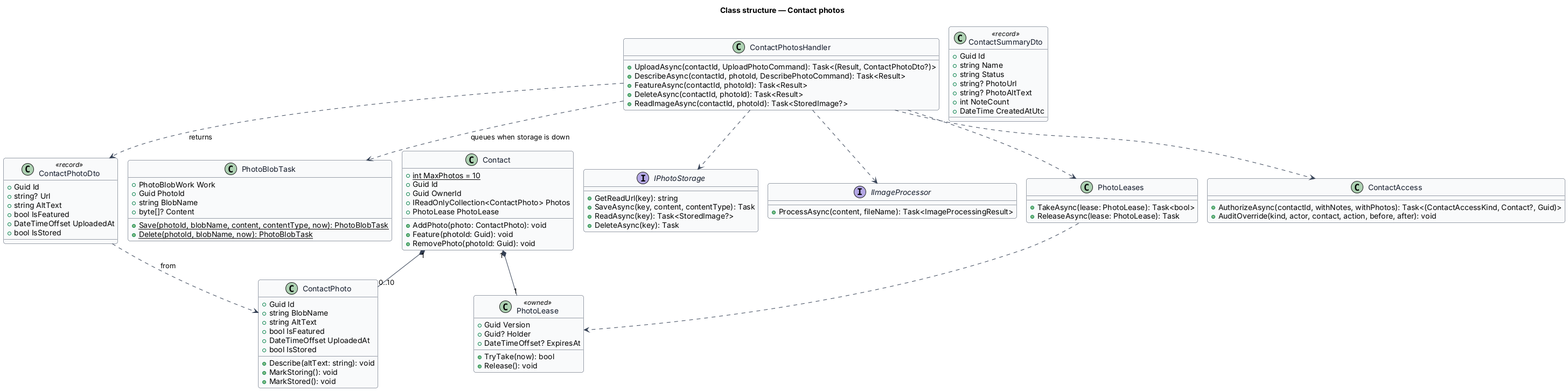
This is docs/detailed-designs/contacts/contact-photos/diagrams/class-structure.png from QuinntyneBrown/faithtech-community, a PlantUML export, as it was before one commit.
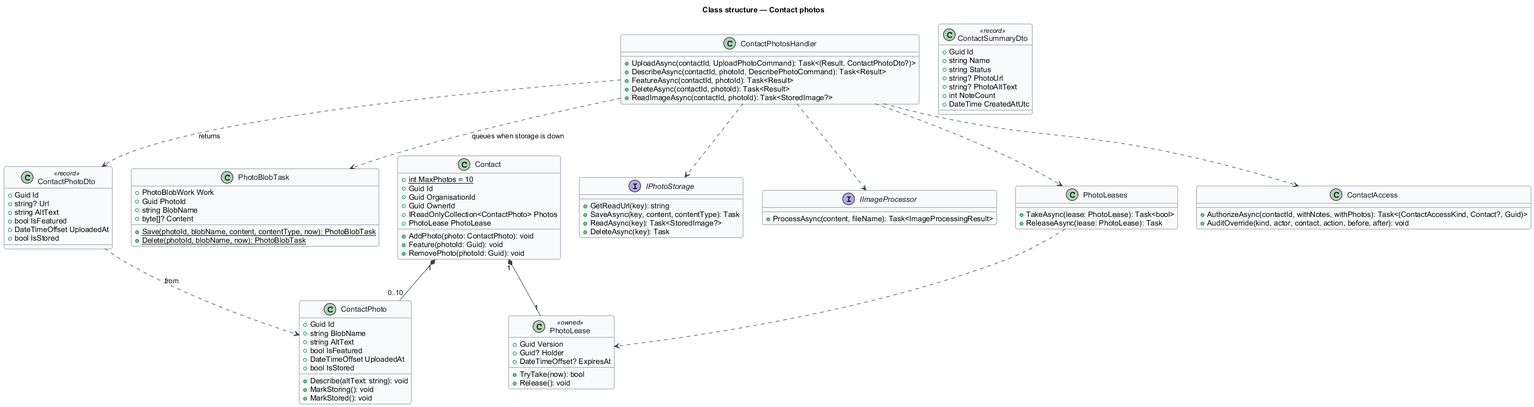
After the change.

The edit, as a diff of the source:
```diff
@@ -1,5 +1,4 @@
 @startuml
-!pragma layout smetana
 skinparam backgroundColor #FFFFFF
 skinparam shadowing false
 skinparam roundcorner 8
@@ -14,6 +13,7 @@
 class Contact {
   +{static} int MaxPhotos = 10
   +Guid Id
+  +Guid OrganisationId
   +Guid OwnerId
   +IReadOnlyCollection<ContactPhoto> Photos
   +PhotoLease PhotoLease
```
